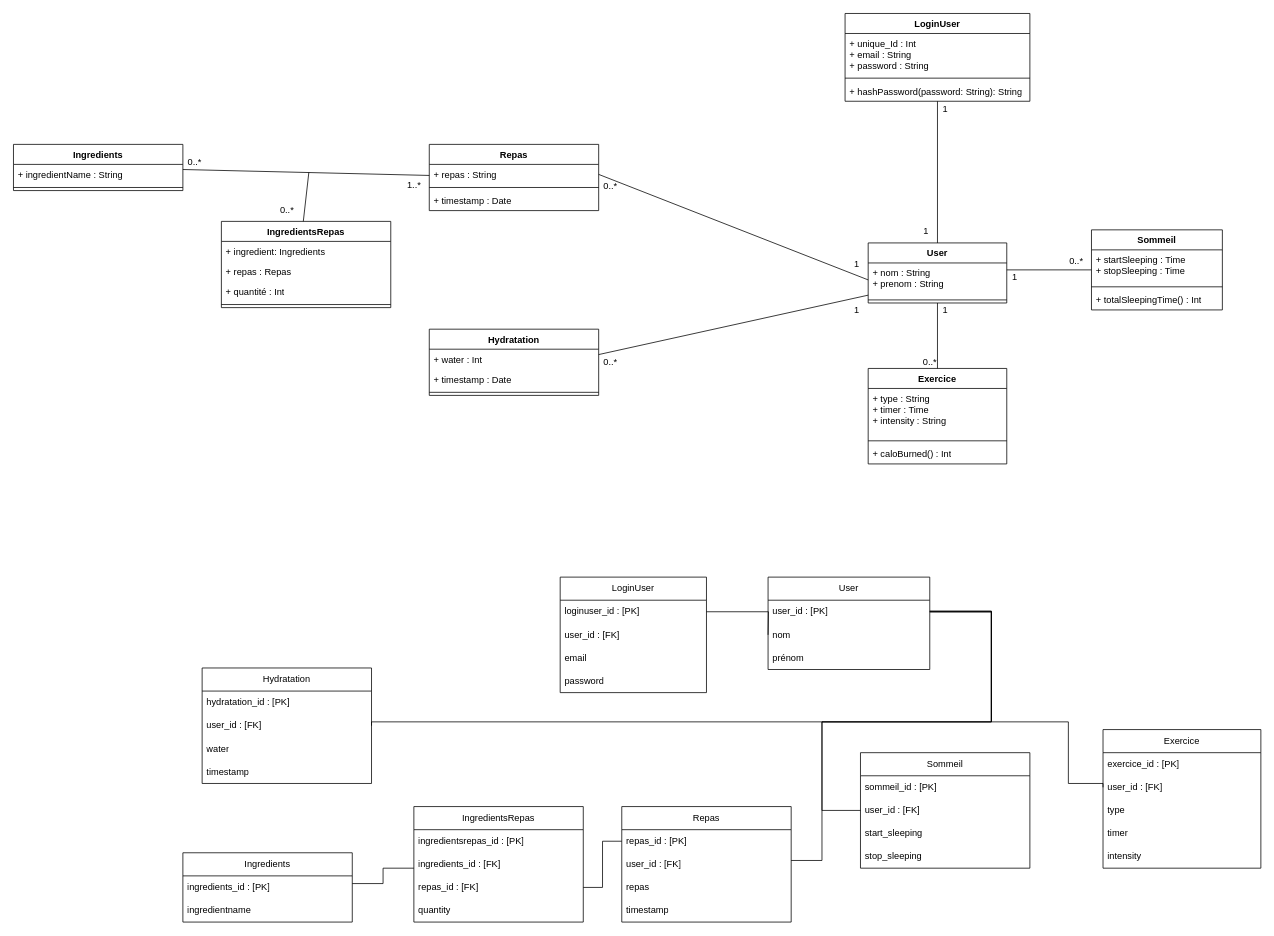
This is P5_Exercice.drawio from CodeStarter40/P5, a draw.io file, before an edit. Source tidied: cells renumbered, new cells numbered last; positions are measured from the earlier drawing's top-left corner, leaving out a move shared by most shapes. Both pictures are drawn from the tidied source at 77%, with x=0, y=0 at pixel (13, 13).
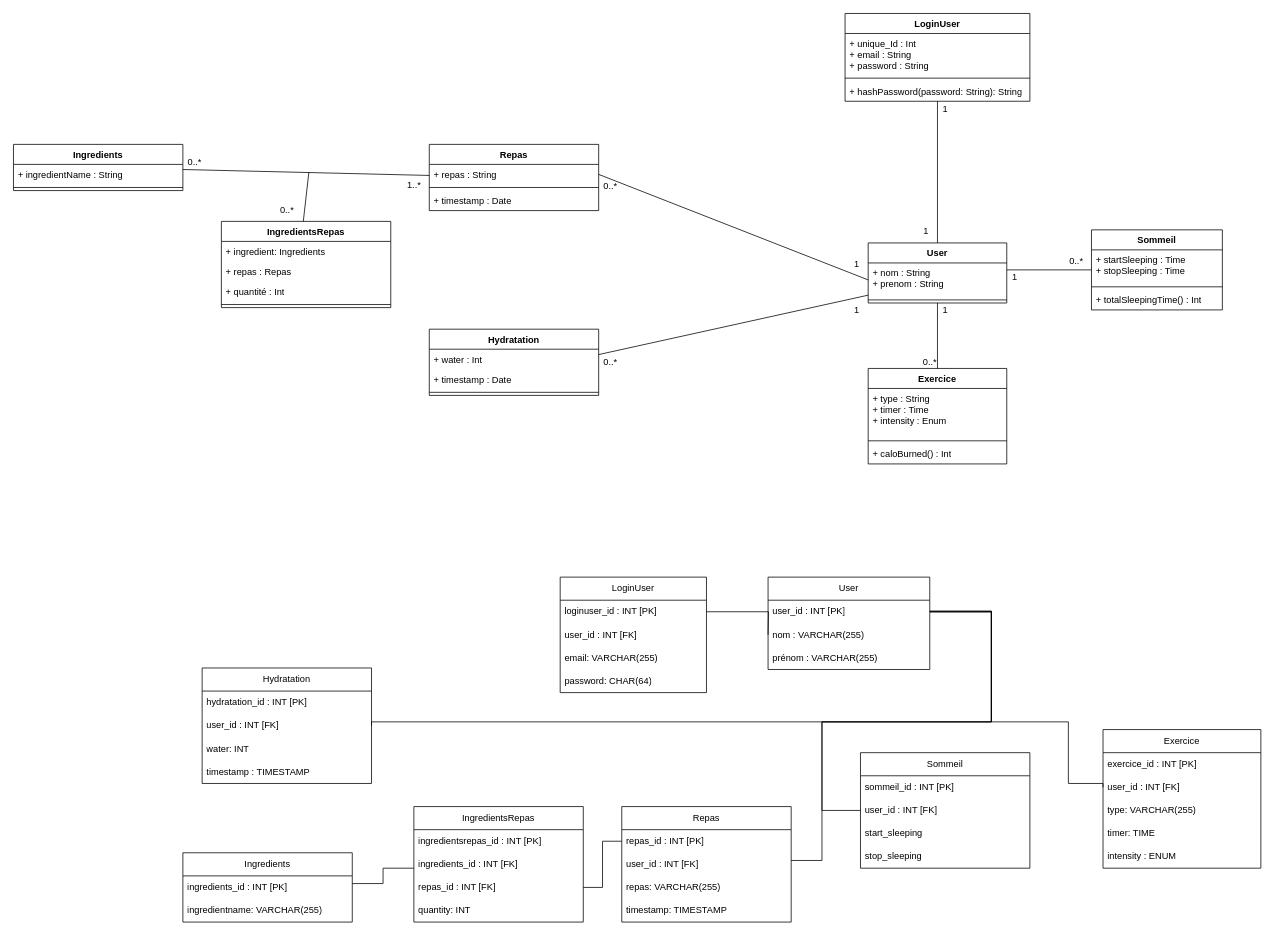
The same page after the edit.

Commit message:
Mettre à jour P5_Exercice.drawio

Unchanged cells that the change refers to:
```xml
<mxCell id="6" value="&lt;div&gt;Exercice&lt;/div&gt;" style="swimlane;fontStyle=1;align=center;verticalAlign=top;horizontal=1;startSize=26;whiteSpace=wrap;html=1;" parent="1" vertex="1">
  <mxGeometry x="1110" y="461" width="180" height="124" as="geometry" />
</mxCell>
<mxCell id="36" value="LoginUser" style="swimlane;fontStyle=0;horizontal=1;startSize=30;whiteSpace=wrap;html=1;" parent="1" vertex="1">
  <mxGeometry x="710" y="732" width="190" height="150" as="geometry" />
</mxCell>
<mxCell id="41" value="User" style="swimlane;fontStyle=0;horizontal=1;startSize=30;whiteSpace=wrap;html=1;" parent="1" vertex="1">
  <mxGeometry x="980" y="732" width="210" height="120" as="geometry" />
</mxCell>
<mxCell id="45" value="Ingredients" style="swimlane;fontStyle=0;horizontal=1;startSize=30;whiteSpace=wrap;html=1;" parent="1" vertex="1">
  <mxGeometry x="220" y="1090" width="220" height="90" as="geometry" />
</mxCell>
<mxCell id="48" value="Sommeil" style="swimlane;fontStyle=0;horizontal=1;startSize=30;whiteSpace=wrap;html=1;" parent="1" vertex="1">
  <mxGeometry x="1100" y="960" width="220" height="150" as="geometry" />
</mxCell>
<mxCell id="53" value="Hydratation" style="swimlane;fontStyle=0;horizontal=1;startSize=30;whiteSpace=wrap;html=1;" parent="1" vertex="1">
  <mxGeometry x="245" y="850" width="220" height="150" as="geometry" />
</mxCell>
<mxCell id="58" value="Exercice" style="swimlane;fontStyle=0;horizontal=1;startSize=30;whiteSpace=wrap;html=1;" parent="1" vertex="1">
  <mxGeometry x="1415" y="930" width="205" height="180" as="geometry" />
</mxCell>
<mxCell id="86" value="Repas" style="swimlane;fontStyle=0;horizontal=1;startSize=30;whiteSpace=wrap;html=1;" parent="1" vertex="1">
  <mxGeometry x="790" y="1030" width="220" height="150" as="geometry" />
</mxCell>
<mxCell id="91" value="IngredientsRepas" style="swimlane;fontStyle=0;horizontal=1;startSize=30;whiteSpace=wrap;html=1;" parent="1" vertex="1">
  <mxGeometry x="520" y="1030" width="220" height="150" as="geometry" />
</mxCell>
```

Diff of the diagram source:
```diff
@@
-    <mxCell id="7" value="+ type : String&lt;div&gt;+ timer : Time&lt;/div&gt;&lt;div&gt;+ intensity : String&lt;/div&gt;&lt;div&gt;&lt;br&gt;&lt;/div&gt;" style="text;strokeColor=none;fillColor=none;align=left;verticalAlign=top;spacingLeft=4;spacingRight=4;overflow=hidden;whiteSpace=wrap;html=1;" parent="6" vertex="1">
+    <mxCell id="7" value="+ type : String&lt;div&gt;+ timer : Time&lt;/div&gt;&lt;div&gt;+ intensity : Enum&lt;/div&gt;&lt;div&gt;&lt;br&gt;&lt;/div&gt;" style="text;strokeColor=none;fillColor=none;align=left;verticalAlign=top;spacingLeft=4;spacingRight=4;overflow=hidden;whiteSpace=wrap;html=1;" parent="6" vertex="1">
       <mxGeometry y="26" width="180" height="64" as="geometry" />
     </mxCell>
@@
-    <mxCell id="37" value="loginuser_id : [PK]" style="text;strokeColor=none;fillColor=none;align=left;verticalAlign=middle;spacingLeft=4;spacingRight=4;overflow=hidden;points=[[0,0.5],[1,0.5]];portConstraint=eastwest;whiteSpace=wrap;html=1;" parent="36" vertex="1">
+    <mxCell id="37" value="loginuser_id : INT [PK]" style="text;strokeColor=none;fillColor=none;align=left;verticalAlign=middle;spacingLeft=4;spacingRight=4;overflow=hidden;points=[[0,0.5],[1,0.5]];portConstraint=eastwest;whiteSpace=wrap;html=1;" parent="36" vertex="1">
       <mxGeometry y="30" width="190" height="30" as="geometry" />
     </mxCell>
-    <mxCell id="38" value="user_id : [FK]" style="text;strokeColor=none;fillColor=none;align=left;verticalAlign=middle;spacingLeft=4;spacingRight=4;overflow=hidden;whiteSpace=wrap;html=1;" parent="36" vertex="1">
+    <mxCell id="38" value="user_id : INT [FK]" style="text;strokeColor=none;fillColor=none;align=left;verticalAlign=middle;spacingLeft=4;spacingRight=4;overflow=hidden;whiteSpace=wrap;html=1;" parent="36" vertex="1">
       <mxGeometry y="60" width="190" height="30" as="geometry" />
     </mxCell>
-    <mxCell id="39" value="email" style="text;strokeColor=none;fillColor=none;align=left;verticalAlign=middle;spacingLeft=4;spacingRight=4;overflow=hidden;whiteSpace=wrap;html=1;" parent="36" vertex="1">
+    <mxCell id="39" value="email:&amp;nbsp;VARCHAR(255)" style="text;strokeColor=none;fillColor=none;align=left;verticalAlign=middle;spacingLeft=4;spacingRight=4;overflow=hidden;whiteSpace=wrap;html=1;" parent="36" vertex="1">
       <mxGeometry y="90" width="190" height="30" as="geometry" />
     </mxCell>
-    <mxCell id="40" value="password" style="text;strokeColor=none;fillColor=none;align=left;verticalAlign=middle;spacingLeft=4;spacingRight=4;overflow=hidden;whiteSpace=wrap;html=1;" parent="36" vertex="1">
+    <mxCell id="40" value="password: CHAR(64)" style="text;strokeColor=none;fillColor=none;align=left;verticalAlign=middle;spacingLeft=4;spacingRight=4;overflow=hidden;whiteSpace=wrap;html=1;" parent="36" vertex="1">
       <mxGeometry y="120" width="190" height="30" as="geometry" />
     </mxCell>
@@
-    <mxCell id="42" value="user_id : [PK]" style="text;strokeColor=none;fillColor=none;align=left;verticalAlign=middle;spacingLeft=4;spacingRight=4;overflow=hidden;points=[[0,0.5],[1,0.5]];portConstraint=eastwest;whiteSpace=wrap;html=1;" parent="41" vertex="1">
+    <mxCell id="42" value="user_id : INT [PK]" style="text;strokeColor=none;fillColor=none;align=left;verticalAlign=middle;spacingLeft=4;spacingRight=4;overflow=hidden;points=[[0,0.5],[1,0.5]];portConstraint=eastwest;whiteSpace=wrap;html=1;" parent="41" vertex="1">
       <mxGeometry y="30" width="210" height="30" as="geometry" />
     </mxCell>
-    <mxCell id="43" value="nom" style="text;strokeColor=none;fillColor=none;align=left;verticalAlign=middle;spacingLeft=4;spacingRight=4;overflow=hidden;whiteSpace=wrap;html=1;" parent="41" vertex="1">
+    <mxCell id="43" value="nom :&amp;nbsp;VARCHAR(255)" style="text;strokeColor=none;fillColor=none;align=left;verticalAlign=middle;spacingLeft=4;spacingRight=4;overflow=hidden;whiteSpace=wrap;html=1;" parent="41" vertex="1">
       <mxGeometry y="60" width="210" height="30" as="geometry" />
     </mxCell>
-    <mxCell id="44" value="prénom" style="text;strokeColor=none;fillColor=none;align=left;verticalAlign=middle;spacingLeft=4;spacingRight=4;overflow=hidden;whiteSpace=wrap;html=1;" parent="41" vertex="1">
+    <mxCell id="44" value="prénom :&amp;nbsp;VARCHAR(255)" style="text;strokeColor=none;fillColor=none;align=left;verticalAlign=middle;spacingLeft=4;spacingRight=4;overflow=hidden;whiteSpace=wrap;html=1;" parent="41" vertex="1">
       <mxGeometry y="90" width="210" height="30" as="geometry" />
     </mxCell>
@@
-    <mxCell id="46" value="ingredients_id : [PK]" style="text;strokeColor=none;fillColor=none;align=left;verticalAlign=middle;spacingLeft=4;spacingRight=4;overflow=hidden;points=[[0,0.5],[1,0.5]];portConstraint=eastwest;whiteSpace=wrap;html=1;" parent="45" vertex="1">
+    <mxCell id="46" value="ingredients_id : INT [PK]" style="text;strokeColor=none;fillColor=none;align=left;verticalAlign=middle;spacingLeft=4;spacingRight=4;overflow=hidden;points=[[0,0.5],[1,0.5]];portConstraint=eastwest;whiteSpace=wrap;html=1;" parent="45" vertex="1">
       <mxGeometry y="30" width="220" height="30" as="geometry" />
     </mxCell>
-    <mxCell id="47" value="ingredientname" style="text;strokeColor=none;fillColor=none;align=left;verticalAlign=middle;spacingLeft=4;spacingRight=4;overflow=hidden;whiteSpace=wrap;html=1;" parent="45" vertex="1">
+    <mxCell id="47" value="ingredientname: VARCHAR(255)" style="text;strokeColor=none;fillColor=none;align=left;verticalAlign=middle;spacingLeft=4;spacingRight=4;overflow=hidden;whiteSpace=wrap;html=1;" parent="45" vertex="1">
       <mxGeometry y="60" width="220" height="30" as="geometry" />
     </mxCell>
@@
-    <mxCell id="49" value="sommeil_id : [PK]" style="text;strokeColor=none;fillColor=none;align=left;verticalAlign=middle;spacingLeft=4;spacingRight=4;overflow=hidden;whiteSpace=wrap;html=1;" parent="48" vertex="1">
+    <mxCell id="49" value="sommeil_id : INT [PK]" style="text;strokeColor=none;fillColor=none;align=left;verticalAlign=middle;spacingLeft=4;spacingRight=4;overflow=hidden;whiteSpace=wrap;html=1;" parent="48" vertex="1">
       <mxGeometry y="30" width="220" height="30" as="geometry" />
     </mxCell>
-    <mxCell id="50" value="user_id : [FK]" style="text;strokeColor=none;fillColor=none;align=left;verticalAlign=middle;spacingLeft=4;spacingRight=4;overflow=hidden;points=[[0,0.5],[1,0.5]];portConstraint=eastwest;whiteSpace=wrap;html=1;" parent="48" vertex="1">
+    <mxCell id="50" value="user_id : INT [FK]" style="text;strokeColor=none;fillColor=none;align=left;verticalAlign=middle;spacingLeft=4;spacingRight=4;overflow=hidden;points=[[0,0.5],[1,0.5]];portConstraint=eastwest;whiteSpace=wrap;html=1;" parent="48" vertex="1">
       <mxGeometry y="60" width="220" height="30" as="geometry" />
     </mxCell>
@@
-    <mxCell id="54" value="hydratation_id : [PK]" style="text;strokeColor=none;fillColor=none;align=left;verticalAlign=middle;spacingLeft=4;spacingRight=4;overflow=hidden;whiteSpace=wrap;html=1;" parent="53" vertex="1">
+    <mxCell id="54" value="hydratation_id : INT [PK]" style="text;strokeColor=none;fillColor=none;align=left;verticalAlign=middle;spacingLeft=4;spacingRight=4;overflow=hidden;whiteSpace=wrap;html=1;" parent="53" vertex="1">
       <mxGeometry y="30" width="220" height="30" as="geometry" />
     </mxCell>
-    <mxCell id="55" value="user_id : [FK]" style="text;strokeColor=none;fillColor=none;align=left;verticalAlign=middle;spacingLeft=4;spacingRight=4;overflow=hidden;points=[[0,0.5],[1,0.5]];portConstraint=eastwest;whiteSpace=wrap;html=1;" parent="53" vertex="1">
+    <mxCell id="55" value="user_id : INT [FK]" style="text;strokeColor=none;fillColor=none;align=left;verticalAlign=middle;spacingLeft=4;spacingRight=4;overflow=hidden;points=[[0,0.5],[1,0.5]];portConstraint=eastwest;whiteSpace=wrap;html=1;" parent="53" vertex="1">
       <mxGeometry y="60" width="220" height="30" as="geometry" />
     </mxCell>
-    <mxCell id="56" value="water" style="text;strokeColor=none;fillColor=none;align=left;verticalAlign=middle;spacingLeft=4;spacingRight=4;overflow=hidden;whiteSpace=wrap;html=1;" parent="53" vertex="1">
+    <mxCell id="56" value="water: INT" style="text;strokeColor=none;fillColor=none;align=left;verticalAlign=middle;spacingLeft=4;spacingRight=4;overflow=hidden;whiteSpace=wrap;html=1;" parent="53" vertex="1">
       <mxGeometry y="90" width="220" height="30" as="geometry" />
     </mxCell>
-    <mxCell id="57" value="timestamp" style="text;strokeColor=none;fillColor=none;align=left;verticalAlign=middle;spacingLeft=4;spacingRight=4;overflow=hidden;whiteSpace=wrap;html=1;" parent="53" vertex="1">
+    <mxCell id="57" value="timestamp : TIMESTAMP" style="text;strokeColor=none;fillColor=none;align=left;verticalAlign=middle;spacingLeft=4;spacingRight=4;overflow=hidden;whiteSpace=wrap;html=1;" parent="53" vertex="1">
       <mxGeometry y="120" width="220" height="30" as="geometry" />
     </mxCell>
@@
-    <mxCell id="59" value="exercice_id : [PK]" style="text;strokeColor=none;fillColor=none;align=left;verticalAlign=middle;spacingLeft=4;spacingRight=4;overflow=hidden;whiteSpace=wrap;html=1;" parent="58" vertex="1">
+    <mxCell id="59" value="exercice_id : INT [PK]" style="text;strokeColor=none;fillColor=none;align=left;verticalAlign=middle;spacingLeft=4;spacingRight=4;overflow=hidden;whiteSpace=wrap;html=1;" parent="58" vertex="1">
       <mxGeometry y="30" width="205" height="30" as="geometry" />
     </mxCell>
-    <mxCell id="60" value="user_id : [FK]" style="text;strokeColor=none;fillColor=none;align=left;verticalAlign=middle;spacingLeft=4;spacingRight=4;overflow=hidden;points=[[0,0.5],[1,0.5]];portConstraint=eastwest;whiteSpace=wrap;html=1;" parent="58" vertex="1">
+    <mxCell id="60" value="user_id : INT [FK]" style="text;strokeColor=none;fillColor=none;align=left;verticalAlign=middle;spacingLeft=4;spacingRight=4;overflow=hidden;points=[[0,0.5],[1,0.5]];portConstraint=eastwest;whiteSpace=wrap;html=1;" parent="58" vertex="1">
       <mxGeometry y="60" width="205" height="30" as="geometry" />
     </mxCell>
-    <mxCell id="61" value="type" style="text;strokeColor=none;fillColor=none;align=left;verticalAlign=middle;spacingLeft=4;spacingRight=4;overflow=hidden;whiteSpace=wrap;html=1;" parent="58" vertex="1">
+    <mxCell id="61" value="type:&amp;nbsp;VARCHAR(255)" style="text;strokeColor=none;fillColor=none;align=left;verticalAlign=middle;spacingLeft=4;spacingRight=4;overflow=hidden;whiteSpace=wrap;html=1;" parent="58" vertex="1">
       <mxGeometry y="90" width="205" height="30" as="geometry" />
     </mxCell>
-    <mxCell id="62" value="timer" style="text;strokeColor=none;fillColor=none;align=left;verticalAlign=middle;spacingLeft=4;spacingRight=4;overflow=hidden;whiteSpace=wrap;html=1;" parent="58" vertex="1">
+    <mxCell id="62" value="timer: TIME" style="text;strokeColor=none;fillColor=none;align=left;verticalAlign=middle;spacingLeft=4;spacingRight=4;overflow=hidden;whiteSpace=wrap;html=1;" parent="58" vertex="1">
       <mxGeometry y="120" width="205" height="30" as="geometry" />
     </mxCell>
-    <mxCell id="63" value="intensity" style="text;strokeColor=none;fillColor=none;align=left;verticalAlign=middle;spacingLeft=4;spacingRight=4;overflow=hidden;whiteSpace=wrap;html=1;" parent="58" vertex="1">
+    <mxCell id="63" value="intensity : ENUM" style="text;strokeColor=none;fillColor=none;align=left;verticalAlign=middle;spacingLeft=4;spacingRight=4;overflow=hidden;whiteSpace=wrap;html=1;" parent="58" vertex="1">
       <mxGeometry y="150" width="205" height="30" as="geometry" />
     </mxCell>
@@
-    <mxCell id="87" value="repas_id : [PK]" style="text;strokeColor=none;fillColor=none;align=left;verticalAlign=middle;spacingLeft=4;spacingRight=4;overflow=hidden;points=[[0,0.5],[1,0.5]];portConstraint=eastwest;whiteSpace=wrap;html=1;" parent="86" vertex="1">
+    <mxCell id="87" value="repas_id : INT [PK]" style="text;strokeColor=none;fillColor=none;align=left;verticalAlign=middle;spacingLeft=4;spacingRight=4;overflow=hidden;points=[[0,0.5],[1,0.5]];portConstraint=eastwest;whiteSpace=wrap;html=1;" parent="86" vertex="1">
       <mxGeometry y="30" width="220" height="30" as="geometry" />
     </mxCell>
-    <mxCell id="88" value="user_id : [FK]" style="text;strokeColor=none;fillColor=none;align=left;verticalAlign=middle;spacingLeft=4;spacingRight=4;overflow=hidden;points=[[0,0.5],[1,0.5]];portConstraint=eastwest;whiteSpace=wrap;html=1;" parent="86" vertex="1">
+    <mxCell id="88" value="user_id : INT [FK]" style="text;strokeColor=none;fillColor=none;align=left;verticalAlign=middle;spacingLeft=4;spacingRight=4;overflow=hidden;points=[[0,0.5],[1,0.5]];portConstraint=eastwest;whiteSpace=wrap;html=1;" parent="86" vertex="1">
       <mxGeometry y="60" width="220" height="30" as="geometry" />
     </mxCell>
-    <mxCell id="89" value="repas" style="text;strokeColor=none;fillColor=none;align=left;verticalAlign=middle;spacingLeft=4;spacingRight=4;overflow=hidden;whiteSpace=wrap;html=1;" parent="86" vertex="1">
+    <mxCell id="89" value="repas: VARCHAR(255)" style="text;strokeColor=none;fillColor=none;align=left;verticalAlign=middle;spacingLeft=4;spacingRight=4;overflow=hidden;whiteSpace=wrap;html=1;" parent="86" vertex="1">
       <mxGeometry y="90" width="220" height="30" as="geometry" />
     </mxCell>
-    <mxCell id="90" value="timestamp" style="text;strokeColor=none;fillColor=none;align=left;verticalAlign=middle;spacingLeft=4;spacingRight=4;overflow=hidden;whiteSpace=wrap;html=1;" parent="86" vertex="1">
+    <mxCell id="90" value="timestamp: TIMESTAMP" style="text;strokeColor=none;fillColor=none;align=left;verticalAlign=middle;spacingLeft=4;spacingRight=4;overflow=hidden;whiteSpace=wrap;html=1;" parent="86" vertex="1">
       <mxGeometry y="120" width="220" height="30" as="geometry" />
     </mxCell>
@@
-    <mxCell id="92" value="ingredientsrepas_id : [PK]" style="text;strokeColor=none;fillColor=none;align=left;verticalAlign=middle;spacingLeft=4;spacingRight=4;overflow=hidden;whiteSpace=wrap;html=1;" parent="91" vertex="1">
+    <mxCell id="92" value="ingredientsrepas_id : INT [PK]" style="text;strokeColor=none;fillColor=none;align=left;verticalAlign=middle;spacingLeft=4;spacingRight=4;overflow=hidden;whiteSpace=wrap;html=1;" parent="91" vertex="1">
       <mxGeometry y="30" width="220" height="30" as="geometry" />
     </mxCell>
-    <mxCell id="93" value="ingredients_id : [FK]" style="text;strokeColor=none;fillColor=none;align=left;verticalAlign=middle;spacingLeft=4;spacingRight=4;overflow=hidden;points=[[0,0.5],[1,0.5]];portConstraint=eastwest;whiteSpace=wrap;html=1;" parent="91" vertex="1">
+    <mxCell id="93" value="ingredients_id : INT [FK]" style="text;strokeColor=none;fillColor=none;align=left;verticalAlign=middle;spacingLeft=4;spacingRight=4;overflow=hidden;points=[[0,0.5],[1,0.5]];portConstraint=eastwest;whiteSpace=wrap;html=1;" parent="91" vertex="1">
       <mxGeometry y="60" width="220" height="30" as="geometry" />
     </mxCell>
-    <mxCell id="94" value="repas_id : [FK]" style="text;strokeColor=none;fillColor=none;align=left;verticalAlign=middle;spacingLeft=4;spacingRight=4;overflow=hidden;points=[[0,0.5],[1,0.5]];portConstraint=eastwest;whiteSpace=wrap;html=1;" parent="91" vertex="1">
+    <mxCell id="94" value="repas_id : INT [FK]" style="text;strokeColor=none;fillColor=none;align=left;verticalAlign=middle;spacingLeft=4;spacingRight=4;overflow=hidden;points=[[0,0.5],[1,0.5]];portConstraint=eastwest;whiteSpace=wrap;html=1;" parent="91" vertex="1">
       <mxGeometry y="90" width="220" height="30" as="geometry" />
     </mxCell>
-    <mxCell id="95" value="q&lt;span style=&quot;background-color: initial;&quot;&gt;uantity&lt;/span&gt;" style="text;strokeColor=none;fillColor=none;align=left;verticalAlign=middle;spacingLeft=4;spacingRight=4;overflow=hidden;whiteSpace=wrap;html=1;" parent="91" vertex="1">
+    <mxCell id="95" value="q&lt;span style=&quot;background-color: initial;&quot;&gt;uantity: INT&lt;/span&gt;" style="text;strokeColor=none;fillColor=none;align=left;verticalAlign=middle;spacingLeft=4;spacingRight=4;overflow=hidden;whiteSpace=wrap;html=1;" parent="91" vertex="1">
       <mxGeometry y="120" width="220" height="30" as="geometry" />
     </mxCell>
```
